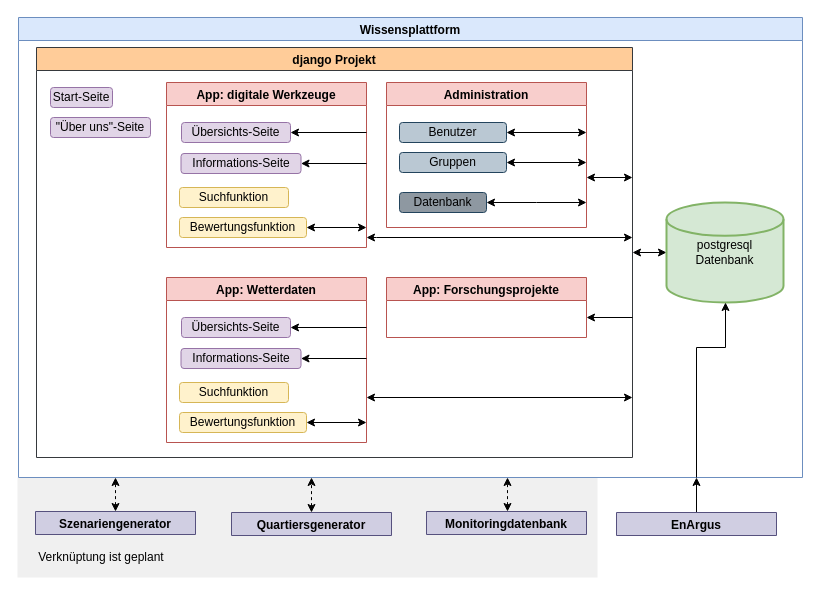
Above: page "Structure_wissenplattform" (3 of 3) of 02_work_doc/ERM_Structrur.drawio in TUB-DVG/wissen-digital-ewb (draw.io), before the change. Source tidied: cells renumbered, new cells numbered last; positions are measured from the earlier drawing's top-left corner, leaving out a move shared by most shapes. Both pictures are drawn from the tidied source at 100%, with x=0, y=0 at pixel (17, 17).
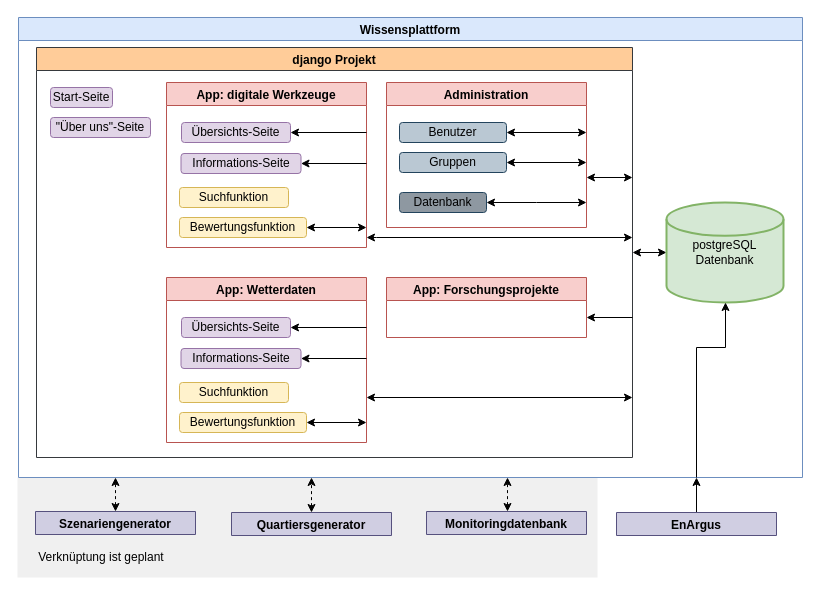
After the change.

Unchanged cells that the change refers to:
```xml
<mxCell id="3" value="Wissensplattform" style="swimlane;align=center;fillColor=#dae8fc;strokeColor=#6c8ebf;" parent="1" vertex="1">
  <mxGeometry x="1" width="784" height="460" as="geometry" />
</mxCell>
```

The edit, as a diff of the source:
```diff
@@
-    <mxCell id="22" value="postgresql &lt;br&gt;Datenbank" style="strokeWidth=2;html=1;shape=mxgraph.flowchart.database;whiteSpace=wrap;fillColor=#d5e8d4;strokeColor=#82b366;" parent="3" vertex="1">
+    <mxCell id="22" value="postgreSQL&lt;br&gt;Datenbank" style="strokeWidth=2;html=1;shape=mxgraph.flowchart.database;whiteSpace=wrap;fillColor=#d5e8d4;strokeColor=#82b366;" parent="3" vertex="1">
       <mxGeometry x="648" y="185" width="117" height="100" as="geometry" />
     </mxCell>
```
